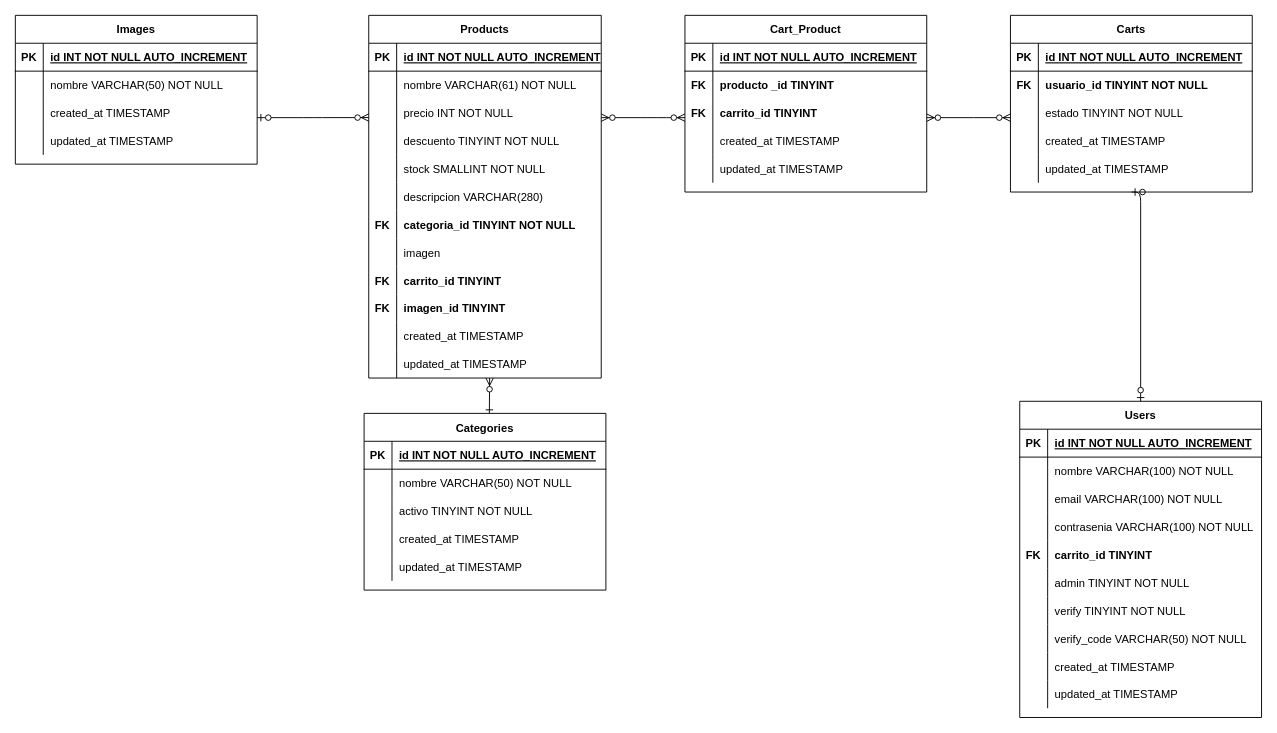
Earlier version of the draw.io diagram entregas - sprints/6to-sprint (Base de Datos)/Diagrama de base de datos.drawio (Evaristodantur/BierClub). Source tidied: cells renumbered, new cells numbered last; positions are measured from the earlier drawing's top-left corner, leaving out a move shared by most shapes. Both pictures are drawn from the tidied source at 93%, with x=0, y=0 at pixel (15, 15).
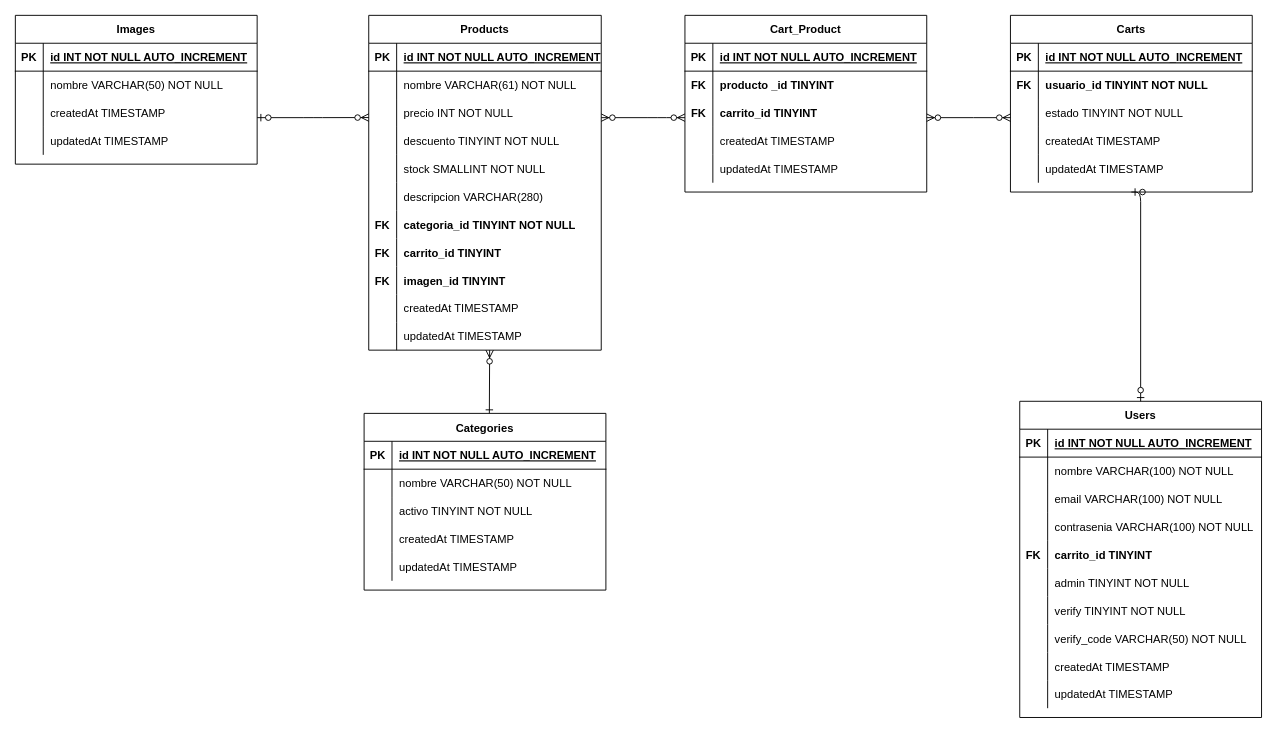
After the change.

Unchanged cells that the change refers to:
```xml
<mxCell id="67" style="shape=partialRectangle;fillColor=none;top=0;left=0;right=0;bottom=0;" parent="42" vertex="1">
  <mxGeometry y="270" width="260" height="30" as="geometry" />
</mxCell>
<mxCell id="70" style="shape=partialRectangle;fillColor=none;top=0;left=0;right=0;bottom=0;" parent="42" vertex="1">
  <mxGeometry y="300" width="260" height="30" as="geometry" />
</mxCell>
<mxCell id="84" style="shape=partialRectangle;fillColor=none;top=0;left=0;right=0;bottom=0;" parent="74" vertex="1">
  <mxGeometry y="120" width="260" height="30" as="geometry" />
</mxCell>
<mxCell id="87" style="shape=partialRectangle;fillColor=none;top=0;left=0;right=0;bottom=0;" parent="74" vertex="1">
  <mxGeometry y="150" width="260" height="30" as="geometry" />
</mxCell>
<mxCell id="100" style="shape=partialRectangle;fillColor=none;top=0;left=0;right=0;bottom=0;" parent="90" vertex="1">
  <mxGeometry y="120" width="260" height="30" as="geometry" />
</mxCell>
<mxCell id="103" style="shape=partialRectangle;fillColor=none;top=0;left=0;right=0;bottom=0;" parent="90" vertex="1">
  <mxGeometry y="150" width="260" height="30" as="geometry" />
</mxCell>
<mxCell id="116" style="shape=partialRectangle;fillColor=none;top=0;left=0;right=0;bottom=0;" parent="106" vertex="1">
  <mxGeometry y="120" width="260" height="30" as="geometry" />
</mxCell>
<mxCell id="119" style="shape=partialRectangle;fillColor=none;top=0;left=0;right=0;bottom=0;" parent="106" vertex="1">
  <mxGeometry y="150" width="260" height="30" as="geometry" />
</mxCell>
<mxCell id="130" style="shape=partialRectangle;fillColor=none;top=0;left=0;right=0;bottom=0;" parent="123" vertex="1">
  <mxGeometry y="90" width="260" height="30" as="geometry" />
</mxCell>
<mxCell id="133" style="shape=partialRectangle;fillColor=none;top=0;left=0;right=0;bottom=0;" parent="123" vertex="1">
  <mxGeometry y="120" width="260" height="30" as="geometry" />
</mxCell>
```

What changed in the source:
```diff
@@
     <mxCell id="5" value="Products" style="shape=table;startSize=30;childLayout=tableLayout;rowLines=0;fontStyle=1;align=center;" parent="1" vertex="1">
-      <mxGeometry x="380" width="250" height="390" as="geometry" />
+      <mxGeometry x="380" width="250" height="360" as="geometry" />
     </mxCell>
@@
-    <mxCell id="27" style="shape=partialRectangle;fillColor=none;top=0;left=0;right=0;bottom=0;" parent="5" vertex="1">
-      <mxGeometry y="240" width="250" height="30" as="geometry" />
-    </mxCell>
-    <mxCell id="28" style="shape=partialRectangle;overflow=hidden;fillColor=none;top=0;left=0;bottom=0;right=0;" parent="27" vertex="1">
-      <mxGeometry width="30" height="30" as="geometry" />
-    </mxCell>
-    <mxCell id="29" value="imagen" style="shape=partialRectangle;overflow=hidden;fillColor=none;top=0;left=0;bottom=0;right=0;align=left;spacingLeft=6;" parent="27" vertex="1">
-      <mxGeometry x="30" width="220" height="30" as="geometry" />
-    </mxCell>
     <mxCell id="30" style="shape=partialRectangle;fillColor=none;top=0;left=0;right=0;bottom=0;" parent="5" vertex="1">
-      <mxGeometry y="270" width="250" height="30" as="geometry" />
+      <mxGeometry y="240" width="250" height="30" as="geometry" />
     </mxCell>
@@
     <mxCell id="33" style="shape=partialRectangle;fillColor=none;top=0;left=0;right=0;bottom=0;" parent="5" vertex="1">
-      <mxGeometry y="300" width="250" height="30" as="geometry" />
+      <mxGeometry y="270" width="250" height="30" as="geometry" />
     </mxCell>
@@
-    <mxCell id="35" style="shape=partialRectangle;overflow=hidden;fillColor=none;top=0;left=0;bottom=0;right=0;align=left;spacingLeft=6;" parent="33" vertex="1">
+    <mxCell id="35" value="imagen_id TINYINT" style="shape=partialRectangle;overflow=hidden;fillColor=none;top=0;left=0;bottom=0;right=0;align=left;spacingLeft=6;fontStyle=1;" parent="33" vertex="1">
       <mxGeometry x="30" width="220" height="30" as="geometry" />
     </mxCell>
     <mxCell id="36" style="shape=partialRectangle;fillColor=none;top=0;left=0;right=0;bottom=0;" parent="5" vertex="1">
-      <mxGeometry y="330" width="250" height="30" as="geometry" />
+      <mxGeometry y="300" width="250" height="30" as="geometry" />
     </mxCell>
@@
-    <mxCell id="38" value="created_at TIMESTAMP" style="shape=partialRectangle;overflow=hidden;fillColor=none;top=0;left=0;bottom=0;right=0;align=left;spacingLeft=6;" parent="36" vertex="1">
+    <mxCell id="38" value="createdAt TIMESTAMP" style="shape=partialRectangle;overflow=hidden;fillColor=none;top=0;left=0;bottom=0;right=0;align=left;spacingLeft=6;" parent="36" vertex="1">
       <mxGeometry x="30" width="220" height="30" as="geometry" />
     </mxCell>
     <mxCell id="39" style="shape=partialRectangle;fillColor=none;points=[[0,0.5],[1,0.5]];portConstraint=eastwest;top=0;left=0;right=0;bottom=0;" parent="5" vertex="1">
-      <mxGeometry y="360" width="250" height="30" as="geometry" />
+      <mxGeometry y="330" width="250" height="30" as="geometry" />
     </mxCell>
@@
-    <mxCell id="41" value="updated_at TIMESTAMP" style="shape=partialRectangle;overflow=hidden;fillColor=none;top=0;left=0;bottom=0;right=0;align=left;spacingLeft=6;" parent="39" vertex="1">
+    <mxCell id="41" value="updatedAt TIMESTAMP" style="shape=partialRectangle;overflow=hidden;fillColor=none;top=0;left=0;bottom=0;right=0;align=left;spacingLeft=6;" parent="39" vertex="1">
       <mxGeometry x="30" width="220" height="30" as="geometry" />
     </mxCell>
@@
-    <mxCell id="69" value="created_at TIMESTAMP" style="shape=partialRectangle;overflow=hidden;fillColor=none;top=0;left=0;bottom=0;right=0;align=left;spacingLeft=6;" parent="67" vertex="1">
+    <mxCell id="69" value="createdAt TIMESTAMP" style="shape=partialRectangle;overflow=hidden;fillColor=none;top=0;left=0;bottom=0;right=0;align=left;spacingLeft=6;" parent="67" vertex="1">
       <mxGeometry x="30" width="230" height="30" as="geometry" />
     </mxCell>
@@
-    <mxCell id="72" value="updated_at TIMESTAMP" style="shape=partialRectangle;overflow=hidden;fillColor=none;top=0;left=0;bottom=0;right=0;align=left;spacingLeft=6;" parent="70" vertex="1">
+    <mxCell id="72" value="updatedAt TIMESTAMP" style="shape=partialRectangle;overflow=hidden;fillColor=none;top=0;left=0;bottom=0;right=0;align=left;spacingLeft=6;" parent="70" vertex="1">
       <mxGeometry x="30" width="230" height="30" as="geometry" />
     </mxCell>
@@
-    <mxCell id="86" value="created_at TIMESTAMP" style="shape=partialRectangle;overflow=hidden;fillColor=none;top=0;left=0;bottom=0;right=0;align=left;spacingLeft=6;" parent="84" vertex="1">
+    <mxCell id="86" value="createdAt TIMESTAMP" style="shape=partialRectangle;overflow=hidden;fillColor=none;top=0;left=0;bottom=0;right=0;align=left;spacingLeft=6;" parent="84" vertex="1">
       <mxGeometry x="30" width="230" height="30" as="geometry" />
     </mxCell>
@@
-    <mxCell id="89" value="updated_at TIMESTAMP" style="shape=partialRectangle;overflow=hidden;fillColor=none;top=0;left=0;bottom=0;right=0;align=left;spacingLeft=6;" parent="87" vertex="1">
+    <mxCell id="89" value="updatedAt TIMESTAMP" style="shape=partialRectangle;overflow=hidden;fillColor=none;top=0;left=0;bottom=0;right=0;align=left;spacingLeft=6;" parent="87" vertex="1">
       <mxGeometry x="30" width="230" height="30" as="geometry" />
     </mxCell>
@@
-    <mxCell id="102" value="created_at TIMESTAMP" style="shape=partialRectangle;overflow=hidden;fillColor=none;top=0;left=0;bottom=0;right=0;align=left;spacingLeft=6;" parent="100" vertex="1">
+    <mxCell id="102" value="createdAt TIMESTAMP" style="shape=partialRectangle;overflow=hidden;fillColor=none;top=0;left=0;bottom=0;right=0;align=left;spacingLeft=6;" parent="100" vertex="1">
       <mxGeometry x="30" width="230" height="30" as="geometry" />
     </mxCell>
@@
-    <mxCell id="105" value="updated_at TIMESTAMP" style="shape=partialRectangle;overflow=hidden;fillColor=none;top=0;left=0;bottom=0;right=0;align=left;spacingLeft=6;" parent="103" vertex="1">
+    <mxCell id="105" value="updatedAt TIMESTAMP" style="shape=partialRectangle;overflow=hidden;fillColor=none;top=0;left=0;bottom=0;right=0;align=left;spacingLeft=6;" parent="103" vertex="1">
       <mxGeometry x="30" width="230" height="30" as="geometry" />
     </mxCell>
@@
-    <mxCell id="118" value="created_at TIMESTAMP" style="shape=partialRectangle;overflow=hidden;fillColor=none;top=0;left=0;bottom=0;right=0;align=left;spacingLeft=6;" parent="116" vertex="1">
+    <mxCell id="118" value="createdAt TIMESTAMP" style="shape=partialRectangle;overflow=hidden;fillColor=none;top=0;left=0;bottom=0;right=0;align=left;spacingLeft=6;" parent="116" vertex="1">
       <mxGeometry x="30" width="230" height="30" as="geometry" />
     </mxCell>
@@
-    <mxCell id="121" value="updated_at TIMESTAMP" style="shape=partialRectangle;overflow=hidden;fillColor=none;top=0;left=0;bottom=0;right=0;align=left;spacingLeft=6;" parent="119" vertex="1">
+    <mxCell id="121" value="updatedAt TIMESTAMP" style="shape=partialRectangle;overflow=hidden;fillColor=none;top=0;left=0;bottom=0;right=0;align=left;spacingLeft=6;" parent="119" vertex="1">
       <mxGeometry x="30" width="230" height="30" as="geometry" />
     </mxCell>
-    <mxCell id="122" value="imagen_id TINYINT" style="shape=partialRectangle;overflow=hidden;fillColor=none;top=0;left=0;bottom=0;right=0;align=left;spacingLeft=6;fontStyle=1;" parent="1" vertex="1">
+    <mxCell id="122" style="shape=partialRectangle;overflow=hidden;fillColor=none;top=0;left=0;bottom=0;right=0;align=left;spacingLeft=6;fontStyle=1;" parent="1" vertex="1">
       <mxGeometry x="410" y="300" width="220" height="30" as="geometry" />
     </mxCell>
@@
-    <mxCell id="132" value="created_at TIMESTAMP" style="shape=partialRectangle;overflow=hidden;fillColor=none;top=0;left=0;bottom=0;right=0;align=left;spacingLeft=6;" parent="130" vertex="1">
+    <mxCell id="132" value="createdAt TIMESTAMP" style="shape=partialRectangle;overflow=hidden;fillColor=none;top=0;left=0;bottom=0;right=0;align=left;spacingLeft=6;" parent="130" vertex="1">
       <mxGeometry x="30" width="230" height="30" as="geometry" />
     </mxCell>
@@
-    <mxCell id="135" value="updated_at TIMESTAMP" style="shape=partialRectangle;overflow=hidden;fillColor=none;top=0;left=0;bottom=0;right=0;align=left;spacingLeft=6;" parent="133" vertex="1">
+    <mxCell id="135" value="updatedAt TIMESTAMP" style="shape=partialRectangle;overflow=hidden;fillColor=none;top=0;left=0;bottom=0;right=0;align=left;spacingLeft=6;" parent="133" vertex="1">
       <mxGeometry x="30" width="230" height="30" as="geometry" />
     </mxCell>
```
